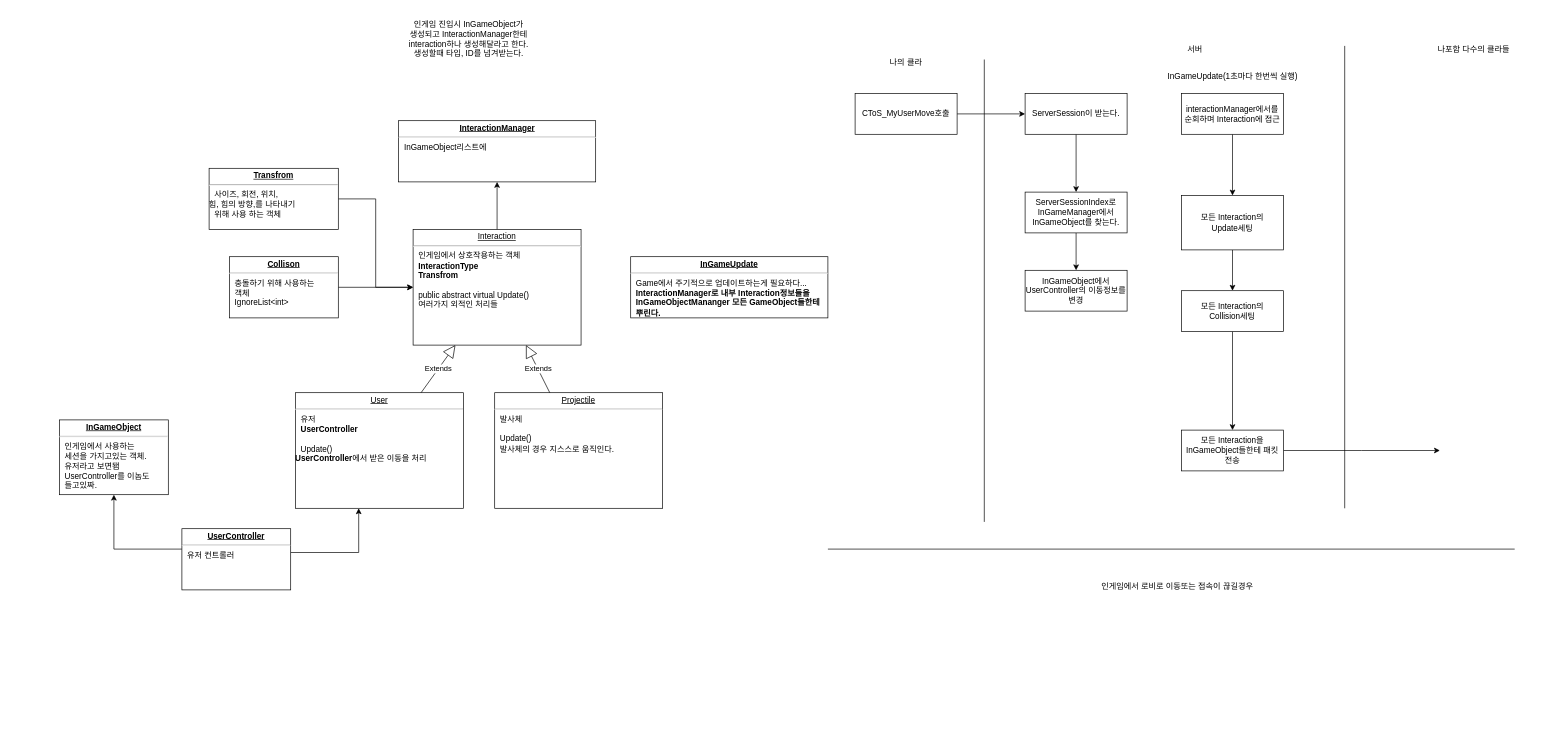
Earlier version of the draw.io diagram ClassDiagram/server-객체이동.drawio (JeahanPark/NetworkProject1). Source tidied: cells renumbered, new cells numbered last; positions are measured from the earlier drawing's top-left corner, leaving out a move shared by most shapes. Both pictures are drawn from the tidied source at 68%, with x=0, y=0 at pixel (59, 12).
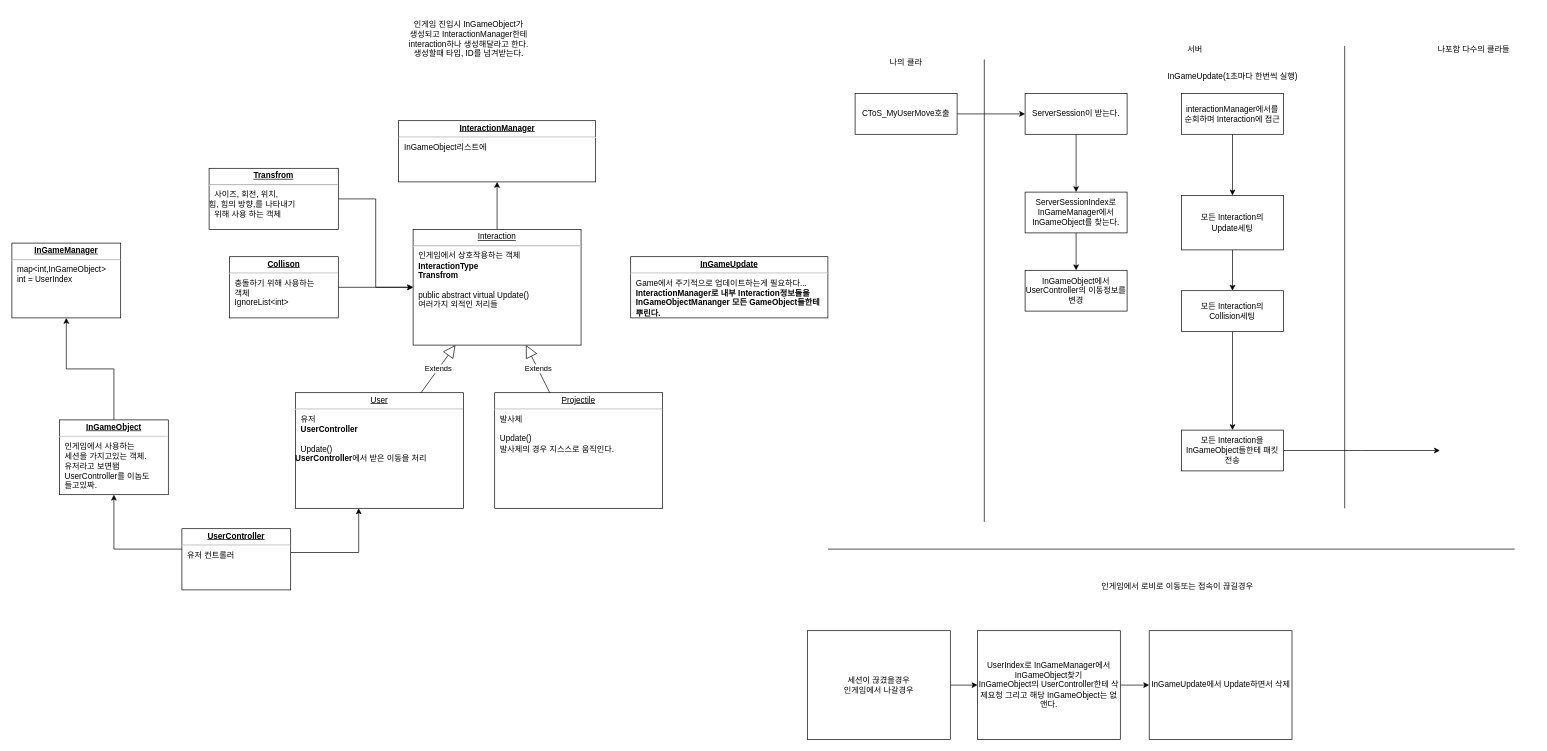
After the change.

Unchanged cells that the change refers to:
```xml
<mxCell id="2" value="&lt;p style=&quot;margin:0px;margin-top:4px;text-align:center;text-decoration:underline;&quot;&gt;&lt;b&gt;InGameObject&lt;/b&gt;&lt;/p&gt;&lt;hr&gt;&lt;p style=&quot;margin:0px;margin-left:8px;&quot;&gt;인게임에서 사용하는&amp;nbsp;&lt;/p&gt;&lt;p style=&quot;margin:0px;margin-left:8px;&quot;&gt;세션을 가지고있는 객체.&lt;/p&gt;&lt;p style=&quot;margin:0px;margin-left:8px;&quot;&gt;유저라고 보면됌&lt;/p&gt;&lt;p style=&quot;margin:0px;margin-left:8px;&quot;&gt;UserController를 이놈도&lt;/p&gt;&lt;p style=&quot;margin:0px;margin-left:8px;&quot;&gt;들고있짜.&lt;/p&gt;" style="verticalAlign=top;align=left;overflow=fill;fontSize=12;fontFamily=Helvetica;html=1;" parent="1" vertex="1">
  <mxGeometry y="600" width="160" height="110" as="geometry" />
</mxCell>
```

Change to the diagram source:
```diff
@@
+    <mxCell id="42" style="edgeStyle=orthogonalEdgeStyle;rounded=0;jettySize=auto;html=1;" parent="1" edge="1" source="2" target="43">
+      <mxGeometry relative="1" as="geometry" />
+    </mxCell>
@@
+    <mxCell id="43" value="&lt;p style=&quot;margin:0px;margin-top:4px;text-align:center;text-decoration:underline;&quot;&gt;&lt;b&gt;InGameManager&lt;/b&gt;&lt;/p&gt;&lt;hr&gt;&lt;p style=&quot;margin:0px;margin-left:8px;&quot;&gt;map&amp;lt;int,InGameObject&amp;gt;&lt;/p&gt;&lt;p style=&quot;margin:0px;margin-left:8px;&quot;&gt;int = UserIndex&lt;/p&gt;&lt;p style=&quot;margin:0px;margin-left:8px;&quot;&gt;&lt;br&gt;&lt;/p&gt;&lt;p style=&quot;margin:0px;margin-left:8px;&quot;&gt;&lt;br&gt;&lt;/p&gt;" style="verticalAlign=top;align=left;overflow=fill;fontSize=12;fontFamily=Helvetica;html=1;" parent="1" vertex="1">
+      <mxGeometry x="-70" y="340" width="160" height="110" as="geometry" />
+    </mxCell>
+    <mxCell id="44" style="edgeStyle=orthogonalEdgeStyle;rounded=0;jettySize=auto;html=1;" parent="1" edge="1" source="45" target="47">
+      <mxGeometry relative="1" as="geometry" />
+    </mxCell>
+    <mxCell id="45" value="세션이 끊겼을경우&lt;br&gt;인게임에서 나갈경우" style="rounded=0;whiteSpace=wrap;html=1;" parent="1" vertex="1">
+      <mxGeometry x="1100" y="910" width="210" height="160" as="geometry" />
+    </mxCell>
+    <mxCell id="46" style="edgeStyle=orthogonalEdgeStyle;rounded=0;jettySize=auto;html=1;" parent="1" edge="1" source="47" target="48">
+      <mxGeometry relative="1" as="geometry" />
+    </mxCell>
+    <mxCell id="47" value="UserIndex로 InGameManager에서 InGameObject찾기&lt;br&gt;InGameObject의 UserController한테 삭제요청 그리고 해당 InGameObject는 없앤다." style="rounded=0;whiteSpace=wrap;html=1;" parent="1" vertex="1">
+      <mxGeometry x="1350" y="910" width="210" height="160" as="geometry" />
+    </mxCell>
+    <mxCell id="48" value="InGameUpdate에서 Update하면서 삭제" style="rounded=0;whiteSpace=wrap;html=1;" parent="1" vertex="1">
+      <mxGeometry x="1602.5" y="910" width="210" height="160" as="geometry" />
+    </mxCell>
```
